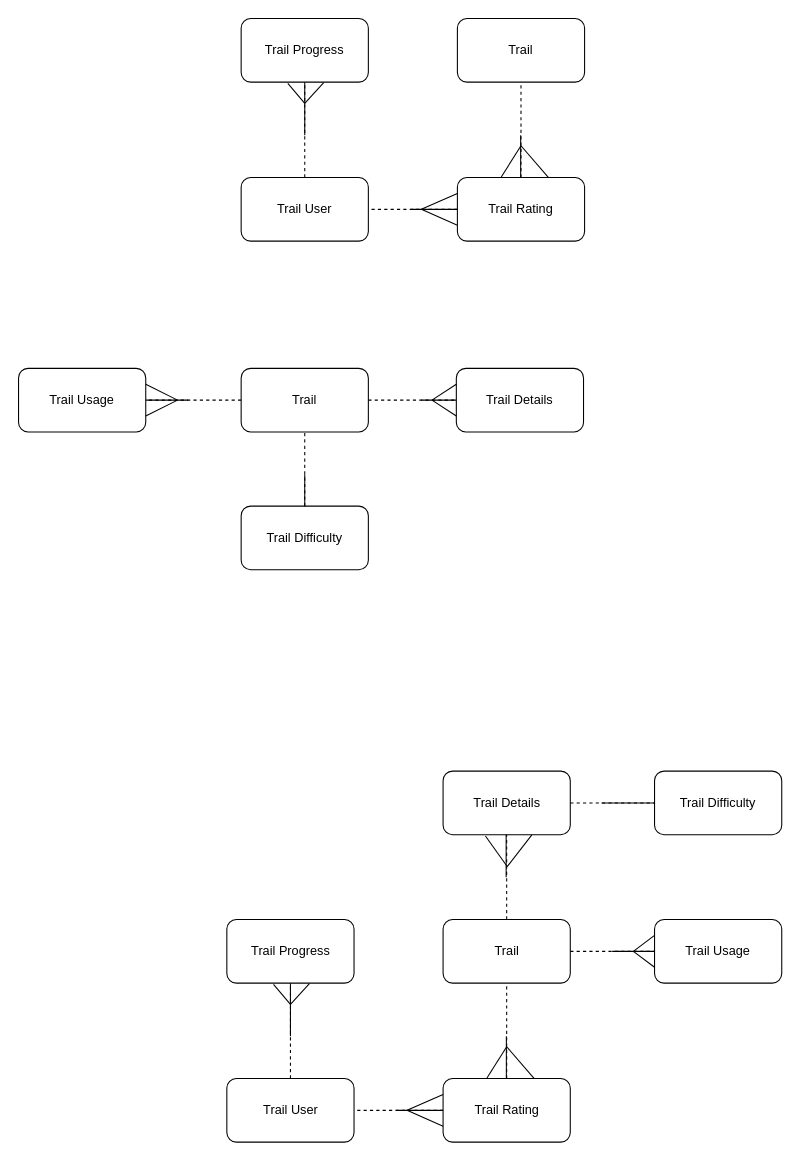
The draw.io diagram erd.drawio in Gilberto5309/Comp2001-set-exercises, before the edit. Source tidied: cells renumbered, new cells numbered last; positions are measured from the earlier drawing's top-left corner, leaving out a move shared by most shapes. Both pictures are drawn from the tidied source at 106%, with x=0, y=0 at pixel (18, 18).
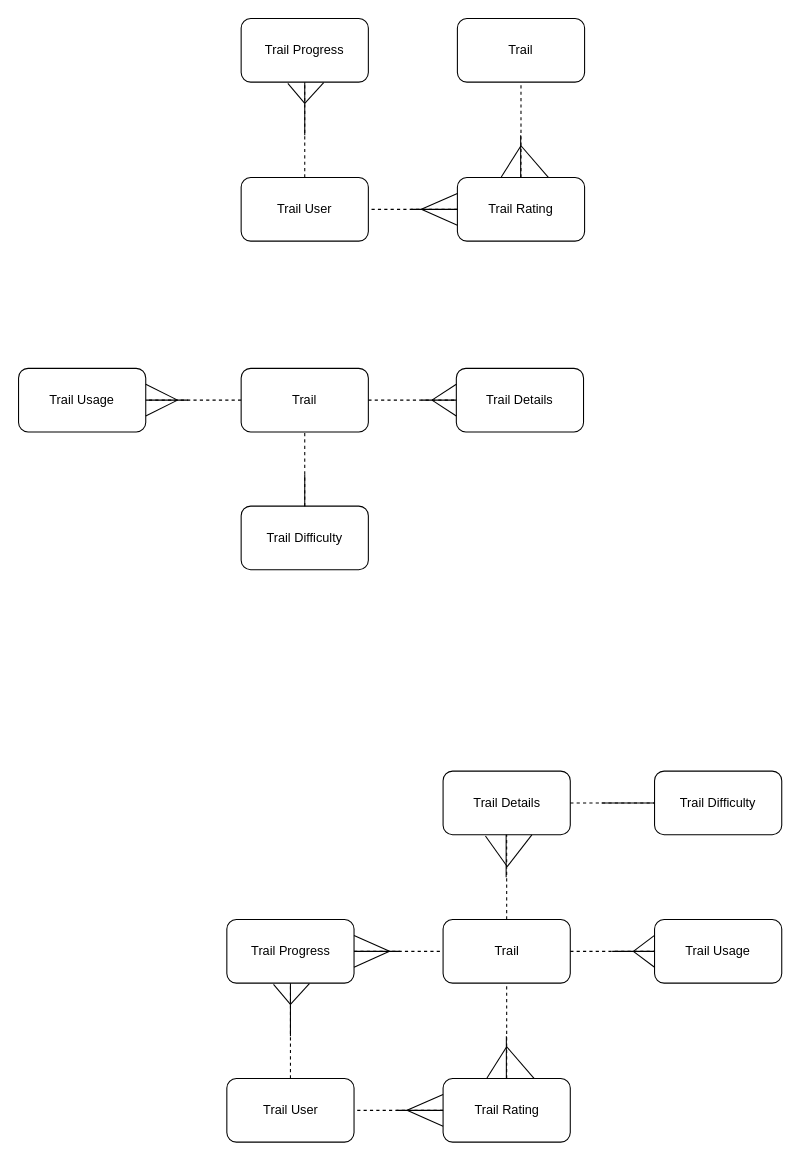
After the change.

The change refers to these unchanged cells:
```xml
<mxCell id="24" value="Trail" style="rounded=1;whiteSpace=wrap;html=1;" parent="1" vertex="1">
  <mxGeometry x="400.5" y="850" width="120" height="60" as="geometry" />
</mxCell>
<mxCell id="25" value="Trail Progress" style="rounded=1;whiteSpace=wrap;html=1;" parent="1" vertex="1">
  <mxGeometry x="196.5" y="850" width="120" height="60" as="geometry" />
</mxCell>
```

Change to the diagram source:
```diff
@@
+    <mxCell id="61" style="endArrow=none;html=1;rounded=0;entryX=0;entryY=0.5;entryDx=0;entryDy=0;exitX=1;exitY=0.5;exitDx=0;exitDy=0;dashed=1;" parent="1" edge="1" source="25" target="24">
+      <mxGeometry relative="1" as="geometry" />
+    </mxCell>
+    <mxCell id="62" style="endArrow=none;html=1;rounded=0;exitX=1;exitY=0.25;exitDx=0;exitDy=0;" parent="1" edge="1" source="25">
+      <mxGeometry relative="1" as="geometry">
+        <mxPoint x="350" y="880" as="targetPoint" />
+      </mxGeometry>
+    </mxCell>
+    <mxCell id="63" style="endArrow=none;html=1;rounded=0;exitX=1;exitY=0.75;exitDx=0;exitDy=0;" parent="1" edge="1" source="25">
+      <mxGeometry relative="1" as="geometry">
+        <mxPoint x="350" y="880" as="targetPoint" />
+      </mxGeometry>
+    </mxCell>
+    <mxCell id="64" style="endArrow=none;html=1;rounded=0;exitX=1;exitY=0.5;exitDx=0;exitDy=0;" parent="1" edge="1" source="25">
+      <mxGeometry relative="1" as="geometry">
+        <mxPoint x="360" y="880" as="targetPoint" />
+      </mxGeometry>
+    </mxCell>
```
